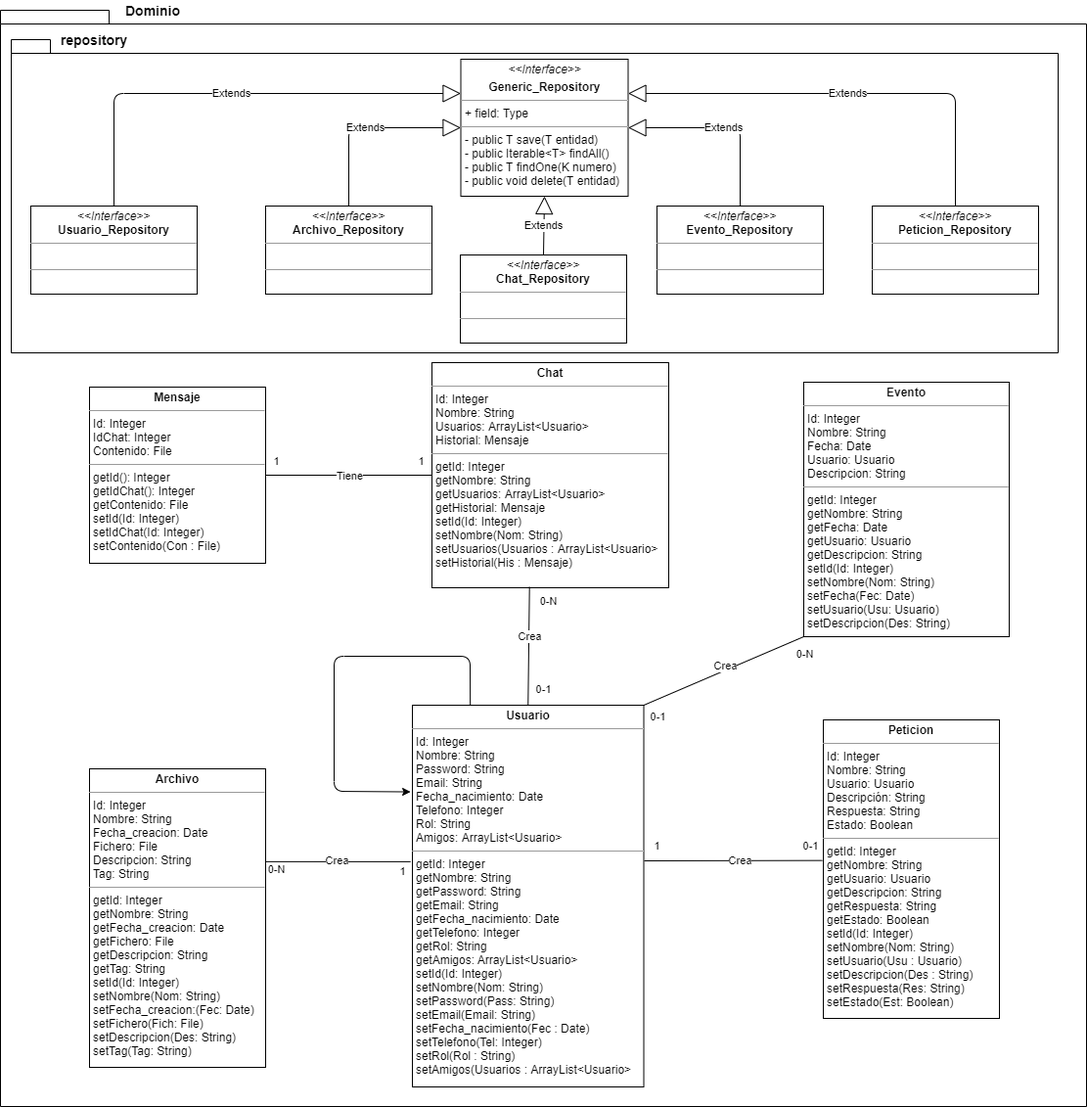
Earlier version of the draw.io export resources/diagrama-clases-modelo.png (iesvi/proyecto-equipo-3). Source tidied: cells renumbered, new cells last; positions are measured from the earlier drawing's top-left corner, leaving out a move shared by most shapes.
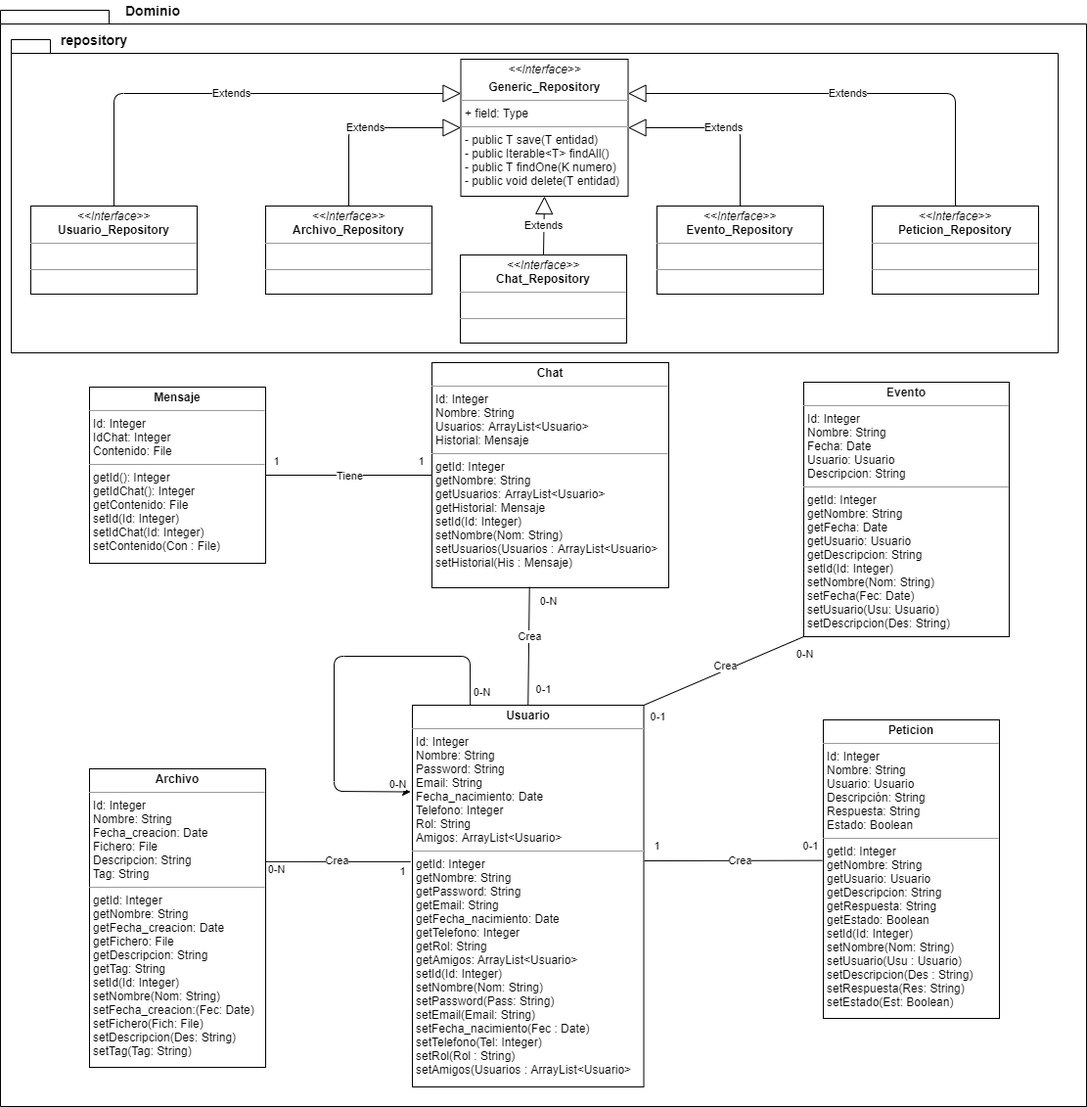
Later version of the same file.

Commit message:
Arreglados diagramas

Arreglados diagramas de casos de uso y diagrama de clase de modelo.

Diff of the diagram source:
```diff
@@ -164,5 +164,15 @@
         </Array>
       </mxGeometry>
     </mxCell>
+    <mxCell id="44" value="0-N" style="edgeLabel;html=1;align=center;verticalAlign=middle;" parent="43" vertex="1">
+      <mxGeometry x="-0.94" y="-1" relative="1" as="geometry">
+        <mxPoint x="9.9" as="offset" />
+      </mxGeometry>
+    </mxCell>
+    <mxCell id="45" value="0-N" style="edgeLabel;html=1;align=center;verticalAlign=middle;" parent="43" vertex="1">
+      <mxGeometry x="0.94" y="-3" relative="1" as="geometry">
+        <mxPoint y="-11.4" as="offset" />
+      </mxGeometry>
+    </mxCell>
   </root>
 </mxGraphModel>
```
